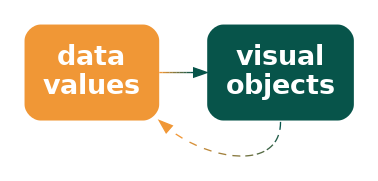
This is Diagrams/data-obj-decode.png from pmur002/hdvw, a Graphviz export, as it was before one commit. Its source is kept beside it as Diagrams/data-obj-decode.dot.
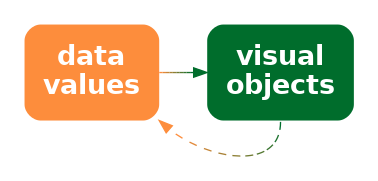
The same diagram one commit later.

What changed in the source:
```diff
@@ -1,9 +1,9 @@
 digraph {
   graph [ rankdir=LR; margin=.2; nodesep=.5 ];
   node [ fontsize=20; fontname="sans bold"; margin=.2 ];
-  data [ label="data\nvalues"; shape=box; style="filled, rounded"; penwidth=0; fontcolor=white; fillcolor="#F09736" ]
+  data [ label="data\nvalues"; shape=box; style="filled, rounded"; penwidth=0; fontcolor=white; fillcolor="#FD8D3C" ]
   obj [ label="visual\nobjects"; shape=box;
-     style="filled, rounded"; penwidth=0; fontcolor=white; fillcolor="#07544A" ]
-  data -> obj [ color="#F09736;0.1:#D69038;0.1:#BC883A;0.1:#A2813D;0.1:#88793F;0.1:#6F7241;0.1:#556A43;0.1:#3B6346;0.1:#215B48;0.1:#07544A;0.1" ]
-  obj:s -> data:se [ style="dashed", color="#07544A;0.1:#215B48;0.1:#3B6346;0.1:#556A43;0.1:#6F7241;0.1:#88793F;0.1:#A2813D;0.1:#BC883A;0.1:#D69038;0.1:#F09736;0.1" ]
+     style="filled, rounded"; penwidth=0; fontcolor=white; fillcolor="#006D2C" ]
+  data -> obj [ color="#FD8D3C;0.1:#E1893A;0.1:#C58638;0.1:#A98237;0.1:#8D7F35;0.1:#707B33;0.1:#547831;0.1:#387430;0.1:#1C712E;0.1:#006D2C;0.1" ]
+  obj:s -> data:se [ style="dashed", color="#006D2C;0.1:#1C712E;0.1:#387430;0.1:#547831;0.1:#707B33;0.1:#8D7F35;0.1:#A98237;0.1:#C58638;0.1:#E1893A;0.1:#FD8D3C;0.1" ]
 }
```
